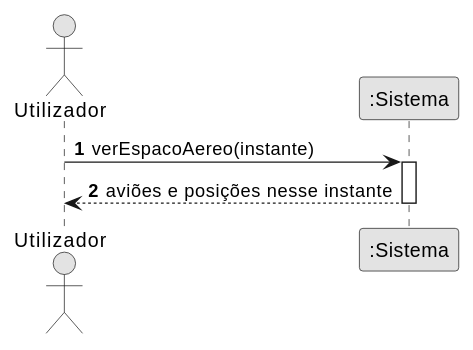
Before: docs/system-documentation/use-cases/US12/svg/ssd_us12.svg, a diagram exported from PlantUML (miguelsiilva1/SkyTracer). Its diagram source:
```plantuml
@startuml
autonumber
skinparam monochrome true
actor "Utilizador" as U
participant ":Sistema" as S

U -> S : verEspacoAereo(instante)
activate S
S --> U : aviões e posições nesse instante
deactivate S
@enduml
```
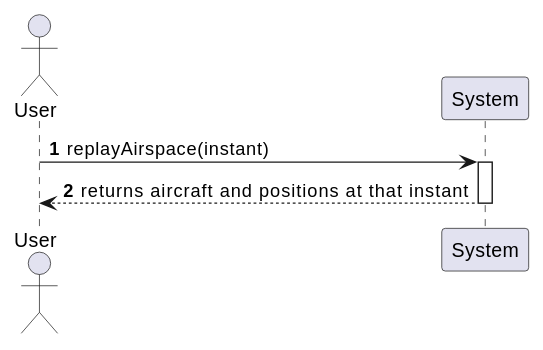
After the change.

Diff of the diagram source:
```diff
@@ -1,11 +1,10 @@
 @startuml
 autonumber
-skinparam monochrome true
-actor "Utilizador" as U
-participant ":Sistema" as S
+actor "User" as A
+participant "System" as S
 
-U -> S : verEspacoAereo(instante)
+A -> S : replayAirspace(instant)
 activate S
-S --> U : aviões e posições nesse instante
+S --> A : returns aircraft and positions at that instant
 deactivate S
 @enduml
```
